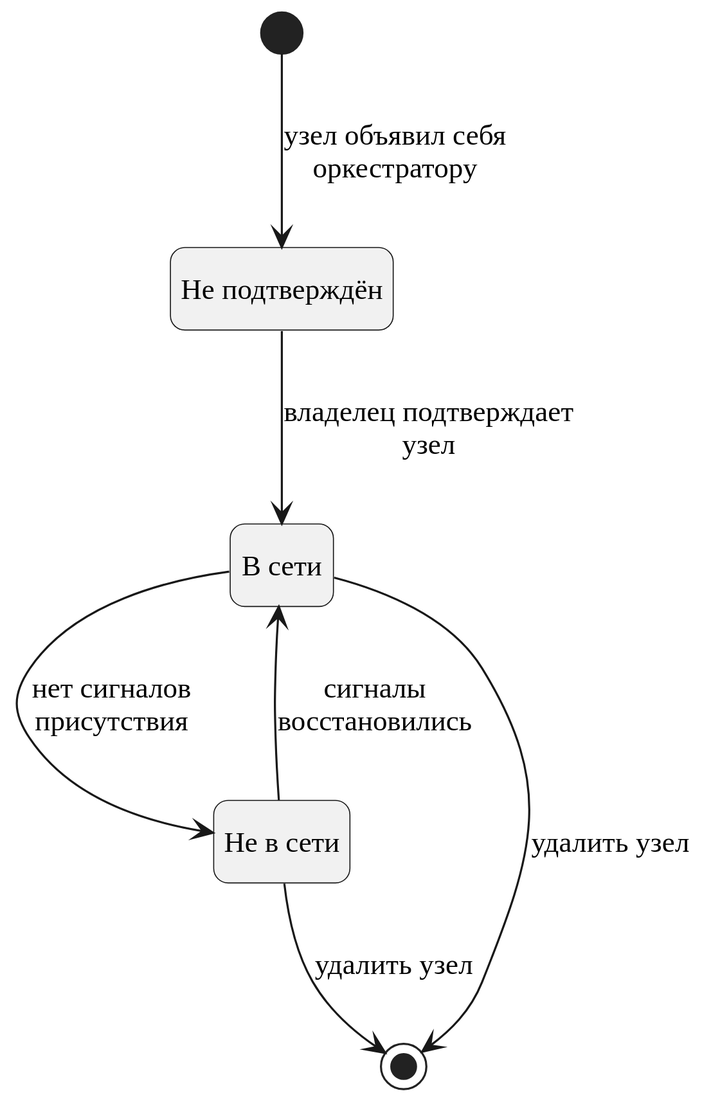
This is docs/uml/node-state.svg from Be4Die/game-developer-hub, a PlantUML export, as it was before one commit. Source of this version:
```plantuml
@startuml
!include style.iuml
[*] --> Unauthorized : узел объявил себя\nоркестратору
state "Не подтверждён" as Unauthorized
state "В сети" as Online
state "Не в сети" as Offline
Unauthorized --> Online : владелец подтверждает\nузел
Online --> Offline : нет сигналов\nприсутствия
Offline --> Online : сигналы\nвосстановились
Online --> [*] : удалить узел
Offline --> [*] : удалить узел
@enduml
```
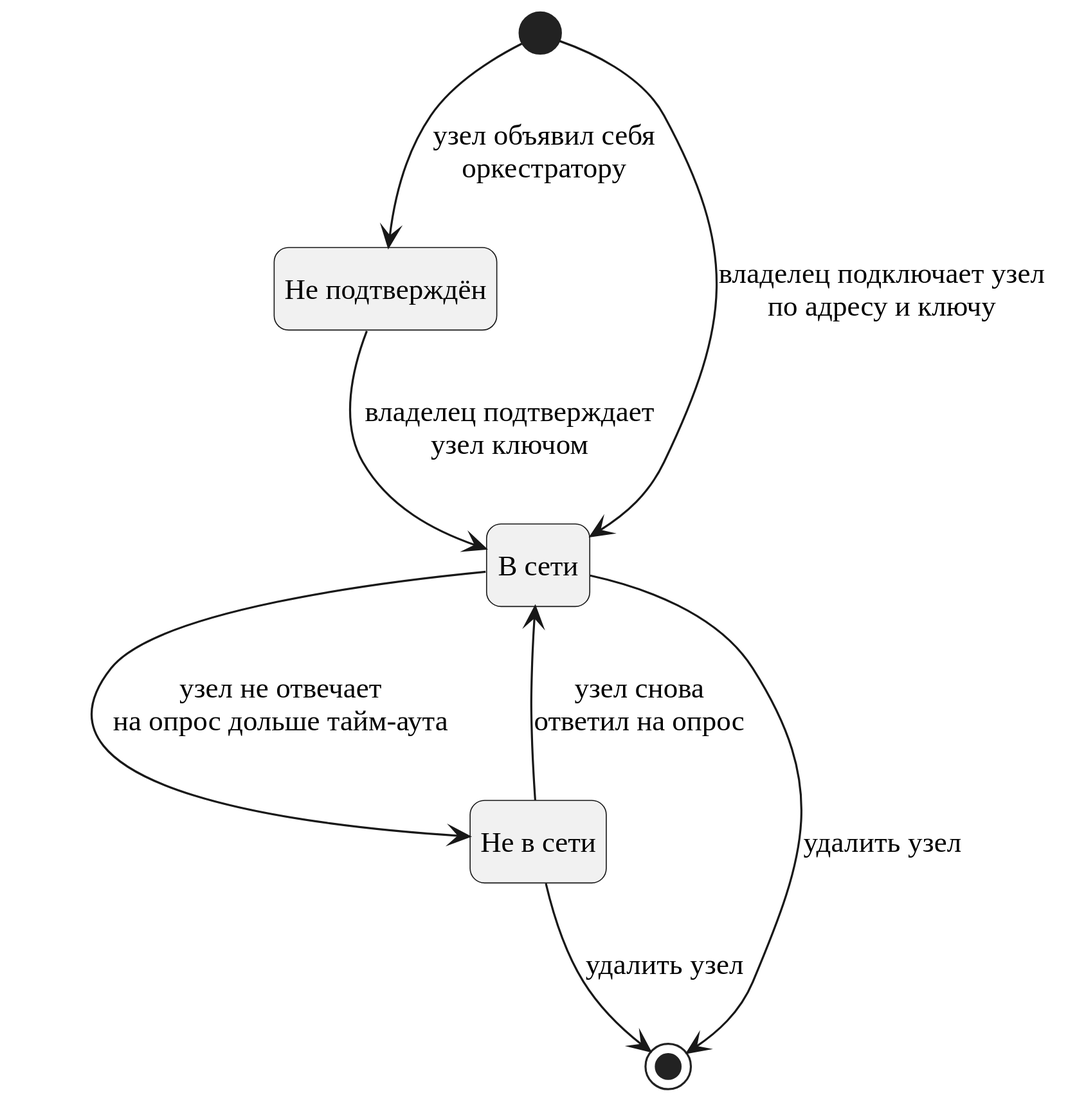
After the commit.

Change to the diagram source:
```diff
@@ -4,9 +4,10 @@
 state "Не подтверждён" as Unauthorized
 state "В сети" as Online
 state "Не в сети" as Offline
-Unauthorized --> Online : владелец подтверждает\nузел
-Online --> Offline : нет сигналов\nприсутствия
-Offline --> Online : сигналы\nвосстановились
+Unauthorized --> Online : владелец подтверждает\nузел ключом
+[*] --> Online : владелец подключает узел\nпо адресу и ключу
+Online --> Offline : узел не отвечает\nна опрос дольше тайм-аута
+Offline --> Online : узел снова\nответил на опрос
 Online --> [*] : удалить узел
 Offline --> [*] : удалить узел
 @enduml
```
